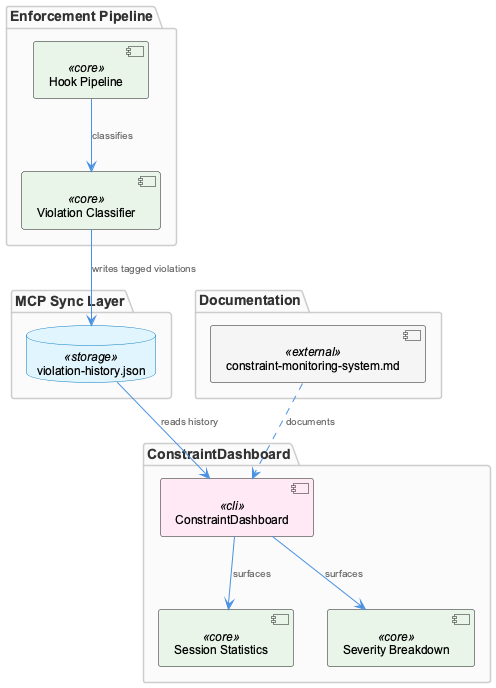
Earlier version of the PlantUML export knowledge-management/insights/images/constraint-dashboard-architecture.png (fwornle/coding). Source of this version:
```plantuml
@startuml
!include /Users/Q284340/Agentic/coding/docs/puml/_standard-style.puml

package "Enforcement Pipeline" {
  component "Hook Pipeline" as hooks <<core>>
  component "Violation Classifier" as classifier <<core>>
}

package "MCP Sync Layer" {
  database "violation-history.json" as violationDB <<storage>>
}

package "ConstraintDashboard" {
  component "ConstraintDashboard" as dashboard <<cli>>
  component "Session Statistics" as sessionStats <<core>>
  component "Severity Breakdown" as severityView <<core>>
}

package "Documentation" {
  component "constraint-monitoring-system.md" as docs <<external>>
}

hooks --> classifier : classifies
classifier --> violationDB : writes tagged violations
violationDB --> dashboard : reads history
dashboard --> sessionStats : surfaces
dashboard --> severityView : surfaces
docs ..> dashboard : documents

@enduml
```
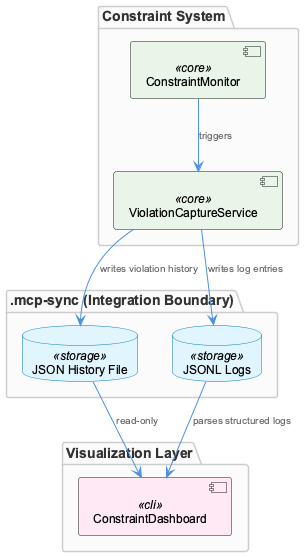
The same diagram one commit later.

Change to the diagram source:
```diff
@@ -1,30 +1,24 @@
 @startuml
 !include /Users/Q284340/Agentic/coding/docs/puml/_standard-style.puml
 
-package "Enforcement Pipeline" {
-  component "Hook Pipeline" as hooks <<core>>
-  component "Violation Classifier" as classifier <<core>>
+package "Constraint System" {
+  component "ViolationCaptureService" as vcs <<core>>
+  component "ConstraintMonitor" as cm <<core>>
 }
 
-package "MCP Sync Layer" {
-  database "violation-history.json" as violationDB <<storage>>
+package ".mcp-sync (Integration Boundary)" {
+  database "JSON History File" as jsonHistory <<storage>>
+  database "JSONL Logs" as jsonlLogs <<storage>>
 }
 
-package "ConstraintDashboard" {
+package "Visualization Layer" {
   component "ConstraintDashboard" as dashboard <<cli>>
-  component "Session Statistics" as sessionStats <<core>>
-  component "Severity Breakdown" as severityView <<core>>
 }
 
-package "Documentation" {
-  component "constraint-monitoring-system.md" as docs <<external>>
-}
-
-hooks --> classifier : classifies
-classifier --> violationDB : writes tagged violations
-violationDB --> dashboard : reads history
-dashboard --> sessionStats : surfaces
-dashboard --> severityView : surfaces
-docs ..> dashboard : documents
+cm --> vcs : "triggers"
+vcs --> jsonHistory : "writes violation history"
+vcs --> jsonlLogs : "writes log entries"
+jsonHistory --> dashboard : "read-only"
+jsonlLogs --> dashboard : "parses structured logs"
 
 @enduml
```
